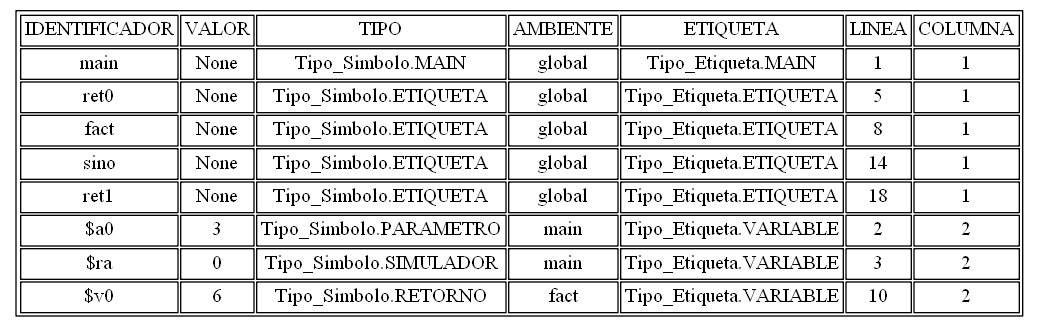
This is tablasimbolos.png from AndreeAvalos/OLC2-AUGUS, a Graphviz export, as it was before one commit. Its source is kept beside it as tablasimbolos.dot.
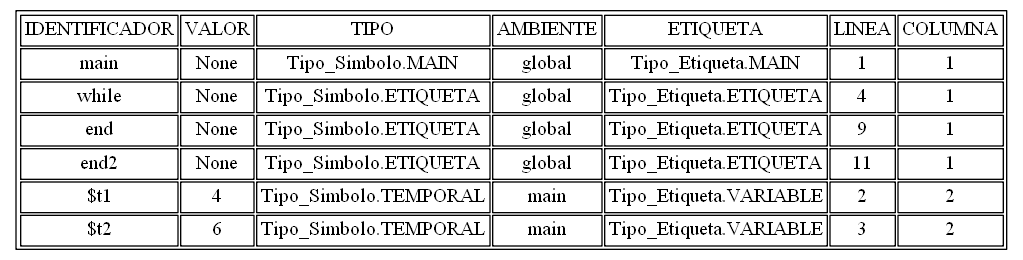
The same diagram one commit later.

What changed in the source:
```diff
@@ -4,13 +4,11 @@
 arset [label=<<TABLE ALIGN="LEFT">
 <TR><TD>IDENTIFICADOR</TD><TD>VALOR</TD><TD>TIPO</TD><TD>AMBIENTE</TD><TD>ETIQUETA</TD><TD>LINEA</TD><TD>COLUMNA</TD></TR>
 <TR><TD>main</TD><TD>None</TD><TD>Tipo_Simbolo.MAIN</TD><TD>global</TD><TD>Tipo_Etiqueta.MAIN</TD><TD>1</TD><TD>1</TD></TR>
-<TR><TD>ret0</TD><TD>None</TD><TD>Tipo_Simbolo.ETIQUETA</TD><TD>global</TD><TD>Tipo_Etiqueta.ETIQUETA</TD><TD>5</TD><TD>1</TD></TR>
-<TR><TD>fact</TD><TD>None</TD><TD>Tipo_Simbolo.ETIQUETA</TD><TD>global</TD><TD>Tipo_Etiqueta.ETIQUETA</TD><TD>8</TD><TD>1</TD></TR>
-<TR><TD>sino</TD><TD>None</TD><TD>Tipo_Simbolo.ETIQUETA</TD><TD>global</TD><TD>Tipo_Etiqueta.ETIQUETA</TD><TD>14</TD><TD>1</TD></TR>
-<TR><TD>ret1</TD><TD>None</TD><TD>Tipo_Simbolo.ETIQUETA</TD><TD>global</TD><TD>Tipo_Etiqueta.ETIQUETA</TD><TD>18</TD><TD>1</TD></TR>
-<TR><TD>$a0</TD><TD>3</TD><TD>Tipo_Simbolo.PARAMETRO</TD><TD>main</TD><TD>Tipo_Etiqueta.VARIABLE</TD><TD>2</TD><TD>2</TD></TR>
-<TR><TD>$ra</TD><TD>0</TD><TD>Tipo_Simbolo.SIMULADOR</TD><TD>main</TD><TD>Tipo_Etiqueta.VARIABLE</TD><TD>3</TD><TD>2</TD></TR>
-<TR><TD>$v0</TD><TD>6</TD><TD>Tipo_Simbolo.RETORNO</TD><TD>fact</TD><TD>Tipo_Etiqueta.VARIABLE</TD><TD>10</TD><TD>2</TD></TR>
+<TR><TD>while</TD><TD>None</TD><TD>Tipo_Simbolo.ETIQUETA</TD><TD>global</TD><TD>Tipo_Etiqueta.ETIQUETA</TD><TD>4</TD><TD>1</TD></TR>
+<TR><TD>end</TD><TD>None</TD><TD>Tipo_Simbolo.ETIQUETA</TD><TD>global</TD><TD>Tipo_Etiqueta.ETIQUETA</TD><TD>9</TD><TD>1</TD></TR>
+<TR><TD>end2</TD><TD>None</TD><TD>Tipo_Simbolo.ETIQUETA</TD><TD>global</TD><TD>Tipo_Etiqueta.ETIQUETA</TD><TD>11</TD><TD>1</TD></TR>
+<TR><TD>$t1</TD><TD>4</TD><TD>Tipo_Simbolo.TEMPORAL</TD><TD>main</TD><TD>Tipo_Etiqueta.VARIABLE</TD><TD>2</TD><TD>2</TD></TR>
+<TR><TD>$t2</TD><TD>6</TD><TD>Tipo_Simbolo.TEMPORAL</TD><TD>main</TD><TD>Tipo_Etiqueta.VARIABLE</TD><TD>3</TD><TD>2</TD></TR>
 </TABLE>
 >, ];
 }
```
